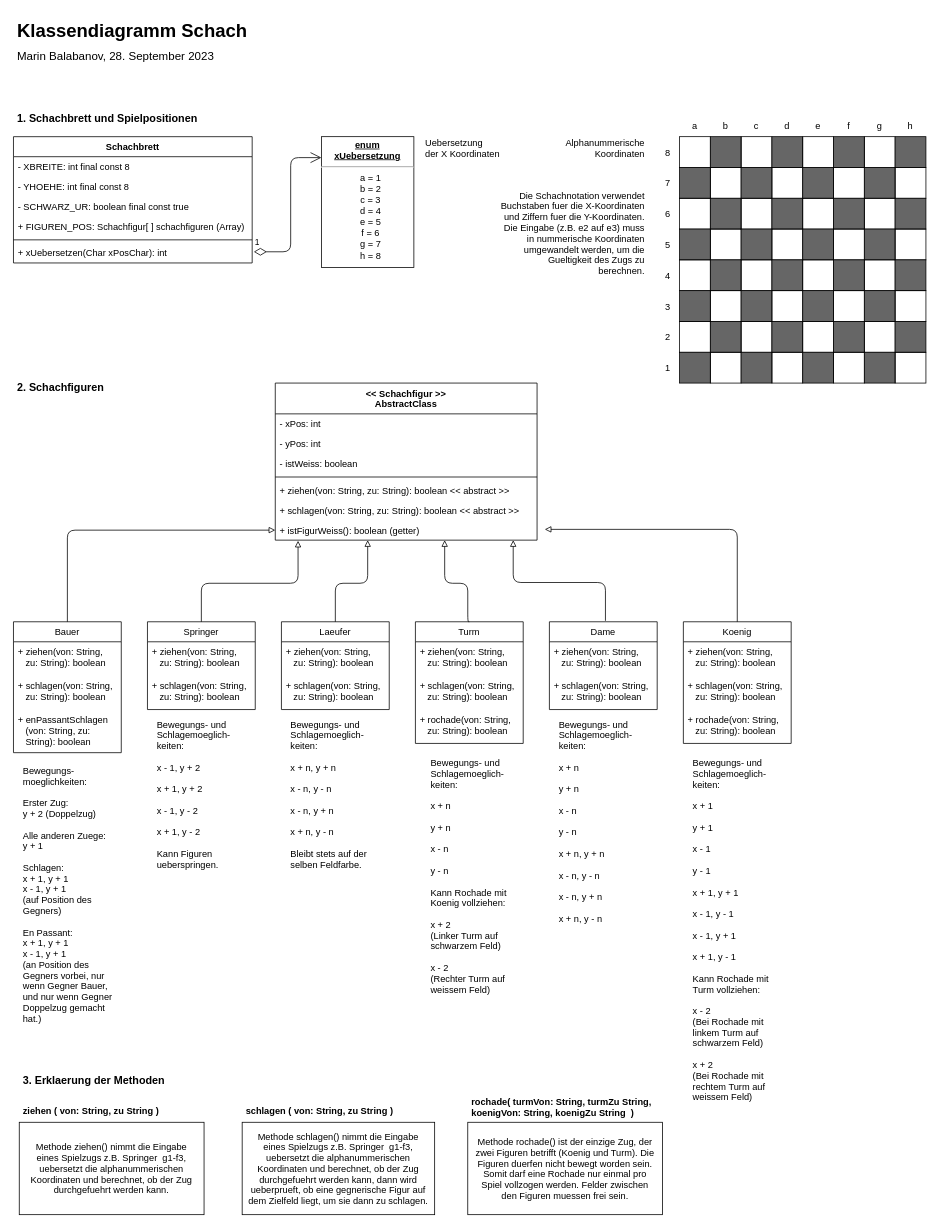
This is ChessUML.drawio from mbalabanov/ChessUML, a draw.io file, before an edit. Source tidied: cells renumbered, new cells numbered last; positions are measured from the earlier drawing's top-left corner, leaving out a move shared by most shapes. Both pictures are drawn from the tidied source at 77%, with x=0, y=0 at pixel (13, 13).
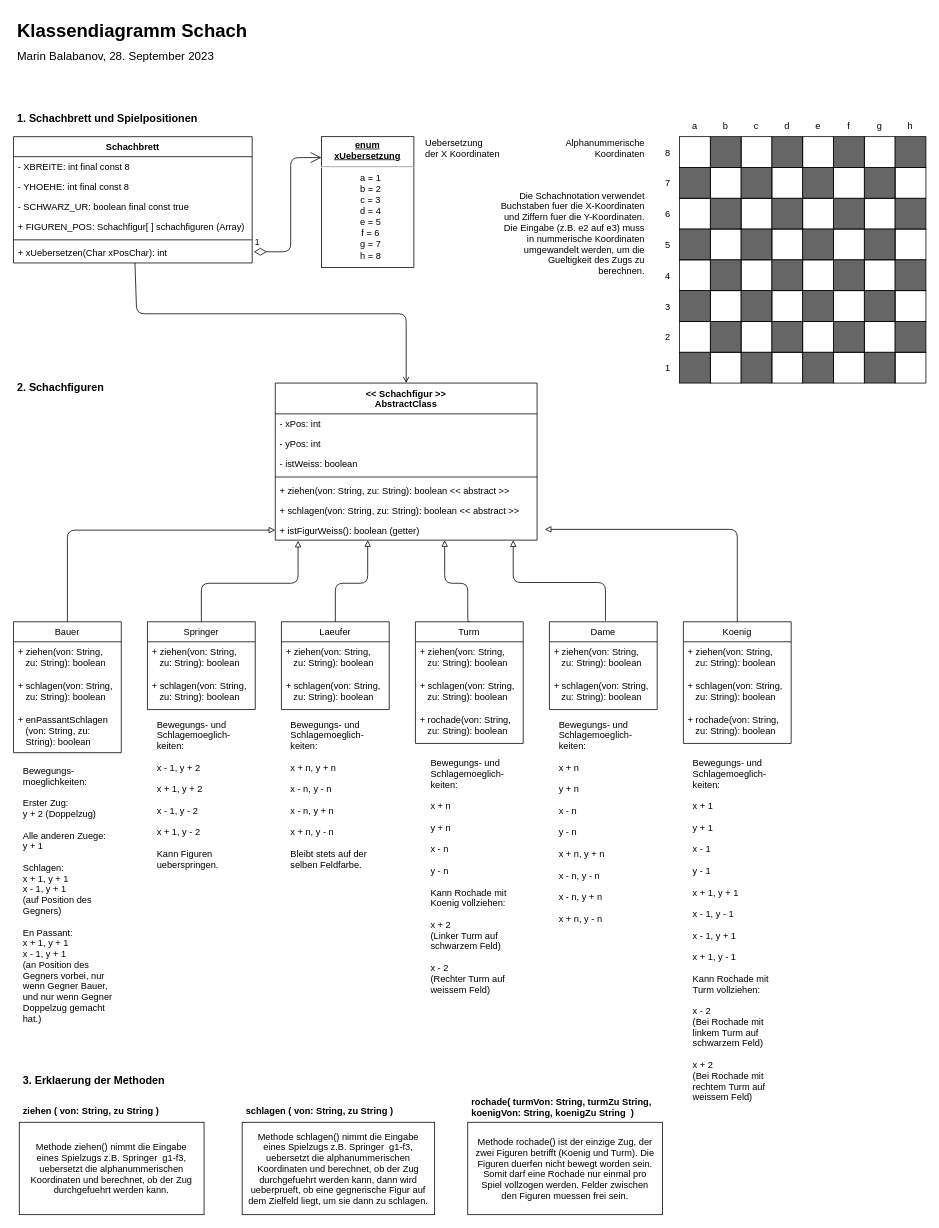
Above is the later version.

The change refers to these unchanged cells:
```xml
<mxCell id="2" value="&lt;&lt; Schachfigur &gt;&gt;&#10;AbstractClass" style="swimlane;fontStyle=1;align=center;verticalAlign=top;horizontal=1;startSize=40;" parent="1" vertex="1">
  <mxGeometry x="340" y="480" width="340" height="204" as="geometry" />
</mxCell>
<mxCell id="39" value="Schachbrett" style="swimlane;fontStyle=1;align=center;verticalAlign=top;horizontal=1;startSize=26;" parent="1" vertex="1">
  <mxGeometry y="160" width="310" height="164" as="geometry" />
</mxCell>
```

Diff of the diagram source:
```diff
@@
+    <mxCell id="146" style="edgeStyle=none;html=1;entryX=0.5;entryY=0;entryDx=0;entryDy=0;endArrow=open;endFill=0;" parent="1" edge="1" source="39" target="2">
+      <mxGeometry relative="1" as="geometry">
+        <Array as="points">
+          <mxPoint x="160" y="390" />
+          <mxPoint x="510" y="390" />
+        </Array>
+      </mxGeometry>
+    </mxCell>
```
